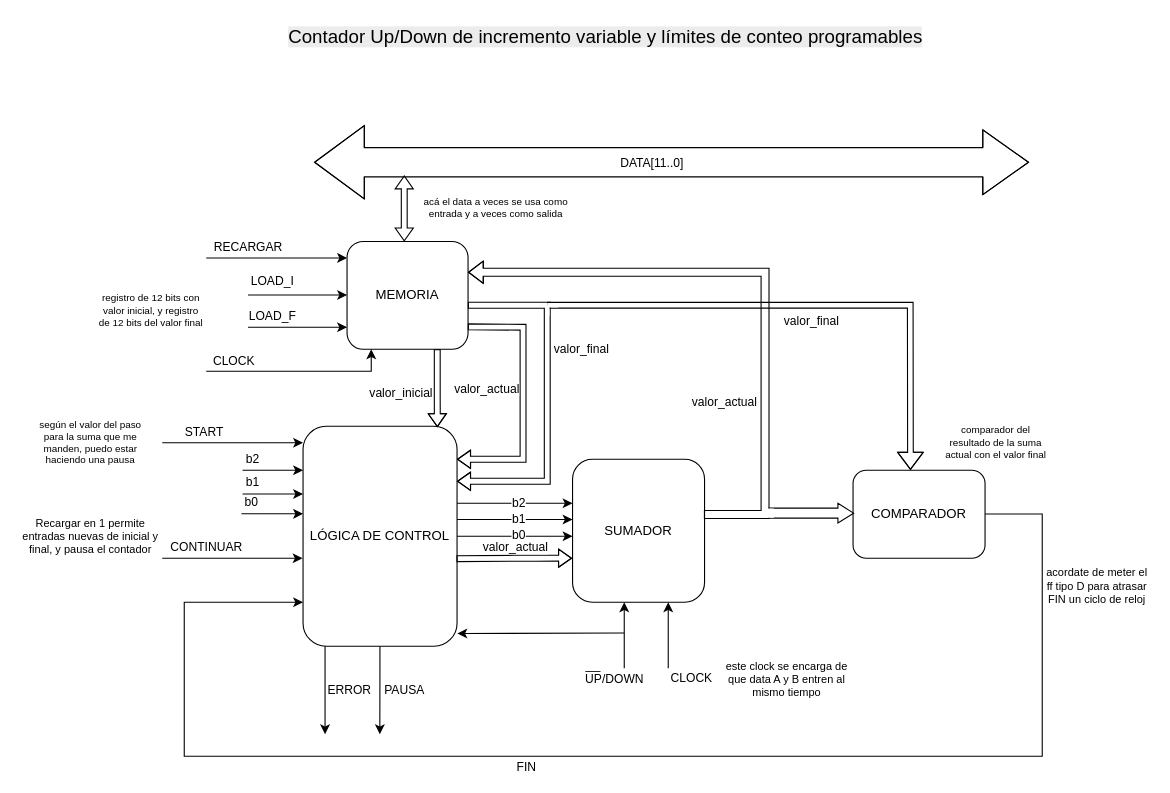
Before: page "Contador Up/Down" (3 of 5) of Integrador/Integrador.drawio in albertinap/IDL, a draw.io diagram. Source tidied: cells renumbered, new cells numbered last; positions are measured from the earlier drawing's top-left corner, leaving out a move shared by most shapes. Both pictures are drawn from the tidied source at 110%, with x=0, y=0 at pixel (19, 19).
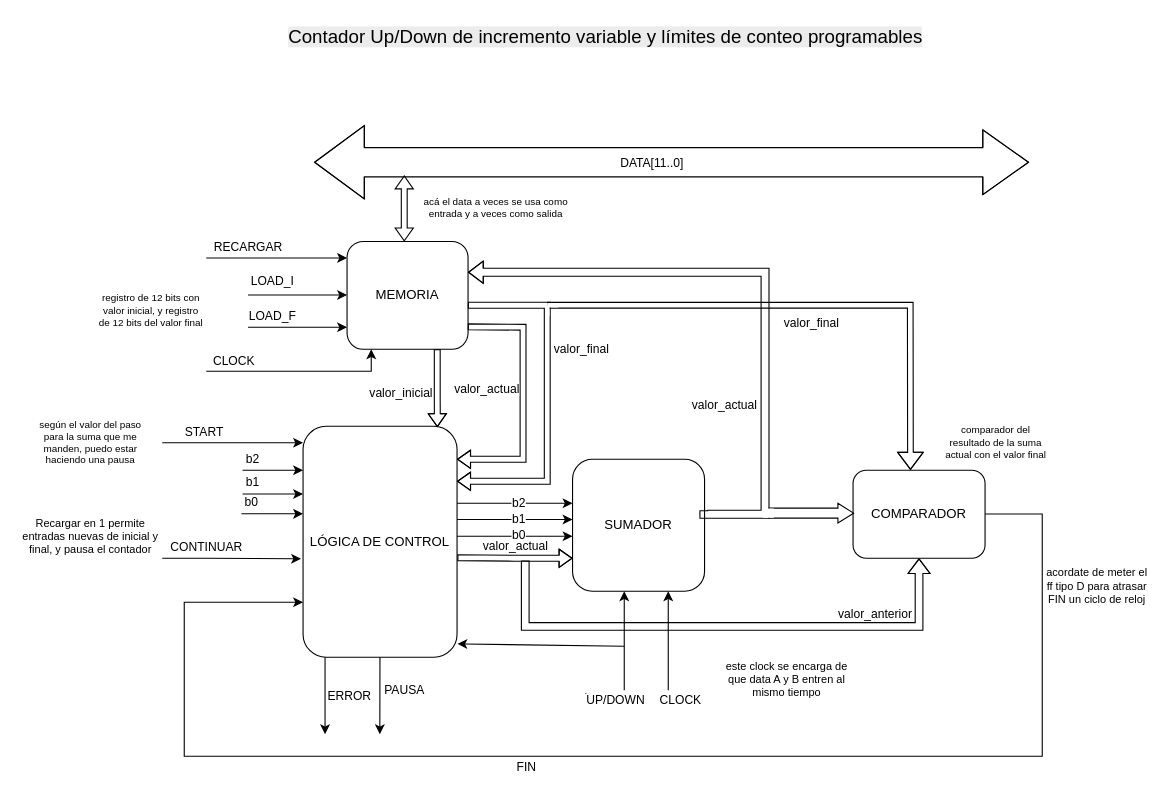
After the change.

Unchanged cells that the change refers to:
```xml
<mxCell id="23" value="COMPARADOR" style="rounded=1;whiteSpace=wrap;html=1;" parent="1" vertex="1">
  <mxGeometry x="758" y="410" width="120" height="80" as="geometry" />
</mxCell>
```

Diff of the diagram source:
```diff
@@
+    <mxCell id="66" style="endArrow=classic;html=1;rounded=0;shape=flexArrow;width=7;endSize=4.11;endWidth=12;" parent="1" edge="1" target="23">
+      <mxGeometry relative="1" as="geometry">
+        <mxPoint x="460" y="492" as="sourcePoint" />
+        <Array as="points">
+          <mxPoint x="460" y="552" />
+          <mxPoint x="818" y="552" />
+        </Array>
+      </mxGeometry>
+    </mxCell>
+    <mxCell id="67" value="valor_anterior" style="edgeLabel;html=1;align=center;verticalAlign=middle;" parent="66" vertex="1">
+      <mxGeometry x="0.57" y="4" relative="1" as="geometry">
+        <mxPoint y="-8" as="offset" />
+      </mxGeometry>
+    </mxCell>
     <mxCell id="2" value="__" style="text;html=1;align=center;verticalAlign=middle;whiteSpace=wrap;rounded=0;" parent="1" vertex="1">
-      <mxGeometry x="492" y="572" width="60" height="30" as="geometry" />
+      <mxGeometry x="492" y="592" width="60" height="30" as="geometry" />
     </mxCell>
@@
     <mxCell id="4" value="SUMADOR" style="rounded=1;whiteSpace=wrap;html=1;" parent="1" vertex="1">
-      <mxGeometry x="503" y="400" width="120" height="130" as="geometry" />
+      <mxGeometry x="503" y="400" width="120" height="120" as="geometry" />
     </mxCell>
@@
     <mxCell id="13" style="edgeStyle=orthogonalEdgeStyle;rounded=0;jettySize=auto;html=1;" parent="1" edge="1" target="4">
       <mxGeometry relative="1" as="geometry">
-        <mxPoint x="550" y="590" as="sourcePoint" />
+        <mxPoint x="550" y="610" as="sourcePoint" />
         <Array as="points">
-          <mxPoint x="550" y="590" />
+          <mxPoint x="550" y="610" />
         </Array>
       </mxGeometry>
     </mxCell>
     <mxCell id="14" value="UP/DOWN" style="edgeLabel;html=1;align=center;verticalAlign=middle;" parent="13" vertex="1">
       <mxGeometry x="-0.72" y="2" relative="1" as="geometry">
-        <mxPoint x="-8" y="17" as="offset" />
+        <mxPoint x="-7" y="21" as="offset" />
       </mxGeometry>
     </mxCell>
@@
     <mxCell id="20" value="LÓGICA DE CONTROL" style="rounded=1;whiteSpace=wrap;html=1;" parent="1" vertex="1">
-      <mxGeometry x="258" y="370" width="140" height="200" as="geometry" />
+      <mxGeometry x="258" y="370" width="140" height="210" as="geometry" />
     </mxCell>
@@
-    <mxCell id="22" value="ERROR" style="edgeStyle=orthogonalEdgeStyle;rounded=0;orthogonalLoop=1;jettySize=auto;html=1;exitX=0;exitY=1;exitDx=0;exitDy=0;" parent="1" edge="1">
+    <mxCell id="22" value="ERROR" style="edgeStyle=orthogonalEdgeStyle;rounded=0;jettySize=auto;html=1;" parent="1" edge="1" source="20">
       <mxGeometry y="22" relative="1" as="geometry">
-        <mxPoint x="278" y="570" as="sourcePoint" />
         <mxPoint x="278" y="650" as="targetPoint" />
         <Array as="points">
-          <mxPoint x="278" y="650" />
-          <mxPoint x="278" y="650" />
+          <mxPoint x="300" y="580" />
+          <mxPoint x="300" y="580" />
         </Array>
       </mxGeometry>
     </mxCell>
@@
-    <mxCell id="26" value="CONTINUAR" style="endArrow=classic;html=1;rounded=0;entryX=-0.003;entryY=0.6;entryDx=0;entryDy=0;entryPerimeter=0;" parent="1" edge="1" target="20">
+    <mxCell id="26" value="CONTINUAR" style="endArrow=classic;html=1;rounded=0;entryX=-0.013;entryY=0.574;entryDx=0;entryDy=0;entryPerimeter=0;" parent="1" edge="1" target="20">
       <mxGeometry x="-0.37" y="10" relative="1" as="geometry">
         <mxPoint x="130" y="490" as="sourcePoint" />
         <Array as="points">
           <mxPoint x="170" y="490" />
         </Array>
       </mxGeometry>
     </mxCell>
@@
     <mxCell id="31" style="endArrow=classic;html=1;rounded=0;entryX=1.002;entryY=0.942;entryDx=0;entryDy=0;entryPerimeter=0;" parent="1" edge="1" target="20">
       <mxGeometry relative="1" as="geometry">
-        <mxPoint x="550" y="558" as="sourcePoint" />
+        <mxPoint x="550" y="570" as="sourcePoint" />
       </mxGeometry>
     </mxCell>
@@
-    <mxCell id="47" style="shape=flexArrow;endArrow=none;startArrow=classic;html=1;rounded=0;width=5.348837209302326;endSize=3.5813953488372094;endWidth=10.151433207138995;startWidth=10.151433207138995;startSize=3.5813953488372094;endFill=0;exitX=-0.004;exitY=0.692;exitDx=0;exitDy=0;exitPerimeter=0;entryX=0.996;entryY=0.602;entryDx=0;entryDy=0;entryPerimeter=0;" parent="1" edge="1" source="4" target="20">
-      <mxGeometry relative="1" as="geometry">
-        <Array as="points">
-          <mxPoint x="470" y="490" />
-          <mxPoint x="450" y="490" />
-        </Array>
-      </mxGeometry>
-    </mxCell>
-    <mxCell id="48" value="valor_actual" style="edgeLabel;html=1;align=center;verticalAlign=middle;" parent="47" vertex="1">
-      <mxGeometry x="0.22" y="2" relative="1" as="geometry">
-        <mxPoint x="12" y="-13" as="offset" />
-      </mxGeometry>
-    </mxCell>
     <mxCell id="49" style="edgeStyle=orthogonalEdgeStyle;rounded=0;jettySize=auto;html=1;" parent="1" edge="1" target="4">
       <mxGeometry relative="1" as="geometry">
-        <mxPoint x="590" y="590" as="sourcePoint" />
+        <mxPoint x="590" y="610" as="sourcePoint" />
         <Array as="points">
           <mxPoint x="590" y="550" />
           <mxPoint x="590" y="550" />
         </Array>
       </mxGeometry>
     </mxCell>
     <mxCell id="50" value="CLOCK" style="edgeLabel;html=1;align=center;verticalAlign=middle;" parent="49" vertex="1">
       <mxGeometry x="-0.72" y="2" relative="1" as="geometry">
-        <mxPoint x="22" y="16" as="offset" />
+        <mxPoint x="12" y="21" as="offset" />
       </mxGeometry>
     </mxCell>
@@
+    <mxCell id="47" style="shape=flexArrow;endArrow=none;startArrow=classic;html=1;rounded=0;width=5.348837209302326;endSize=3.5813953488372094;endWidth=10.151433207138995;startWidth=10.151433207138995;startSize=3.5813953488372094;endFill=0;entryX=1.002;entryY=0.569;entryDx=0;entryDy=0;entryPerimeter=0;" parent="1" edge="1" target="20">
+      <mxGeometry relative="1" as="geometry">
+        <mxPoint x="503" y="490" as="sourcePoint" />
+        <Array as="points">
+          <mxPoint x="470" y="490" />
+          <mxPoint x="450" y="490" />
+        </Array>
+      </mxGeometry>
+    </mxCell>
+    <mxCell id="48" value="valor_actual" style="edgeLabel;html=1;align=center;verticalAlign=middle;" parent="47" vertex="1">
+      <mxGeometry x="0.22" y="2" relative="1" as="geometry">
+        <mxPoint x="12" y="-13" as="offset" />
+      </mxGeometry>
+    </mxCell>
```
